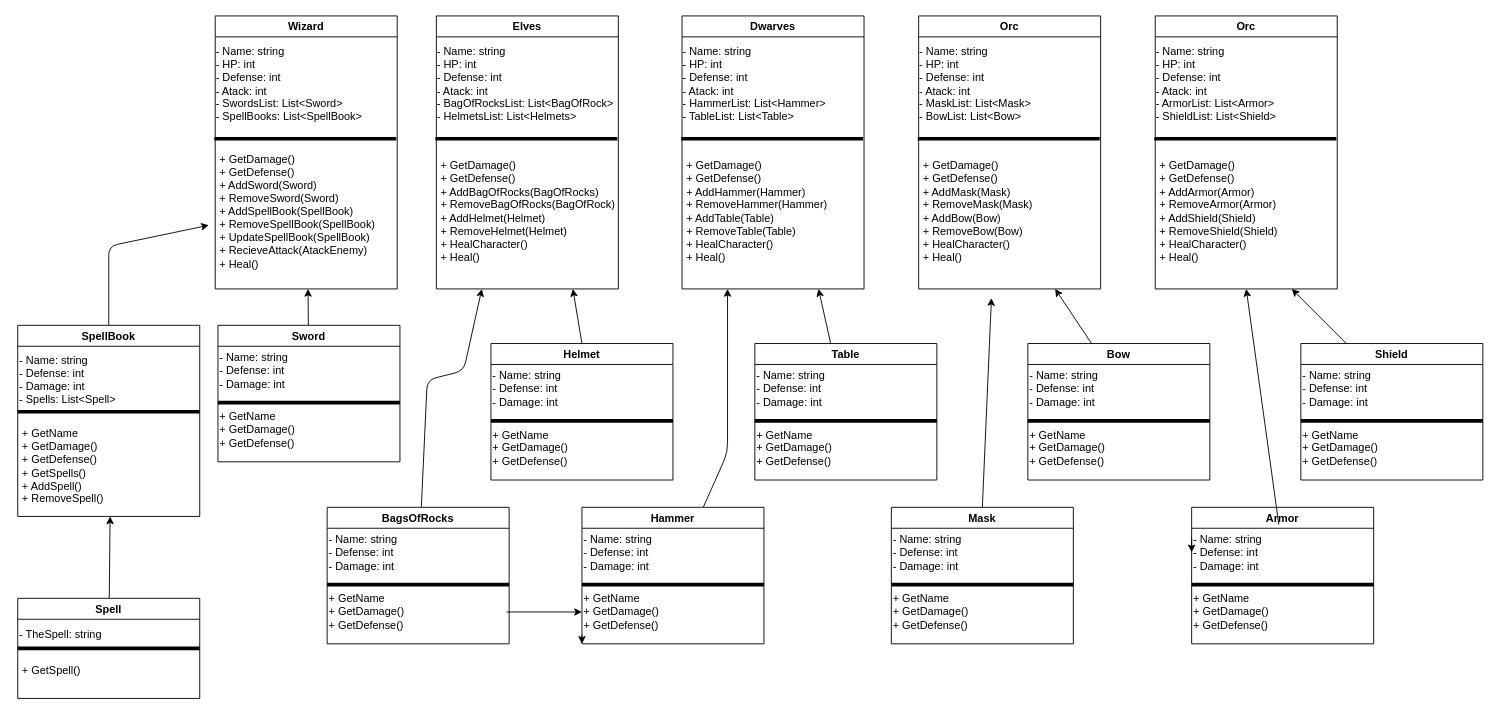
PII-Grupo-4/PII_RoleplayGame_1_Start keeps this draw.io diagram as Assets/Diagrama.drawio. Above is the earlier version. Source tidied: cells renumbered, new cells numbered last; positions are measured from the earlier drawing's top-left corner, leaving out a move shared by most shapes. Both pictures are drawn from the tidied source at 91%, with x=0, y=0 at pixel (17, 15).
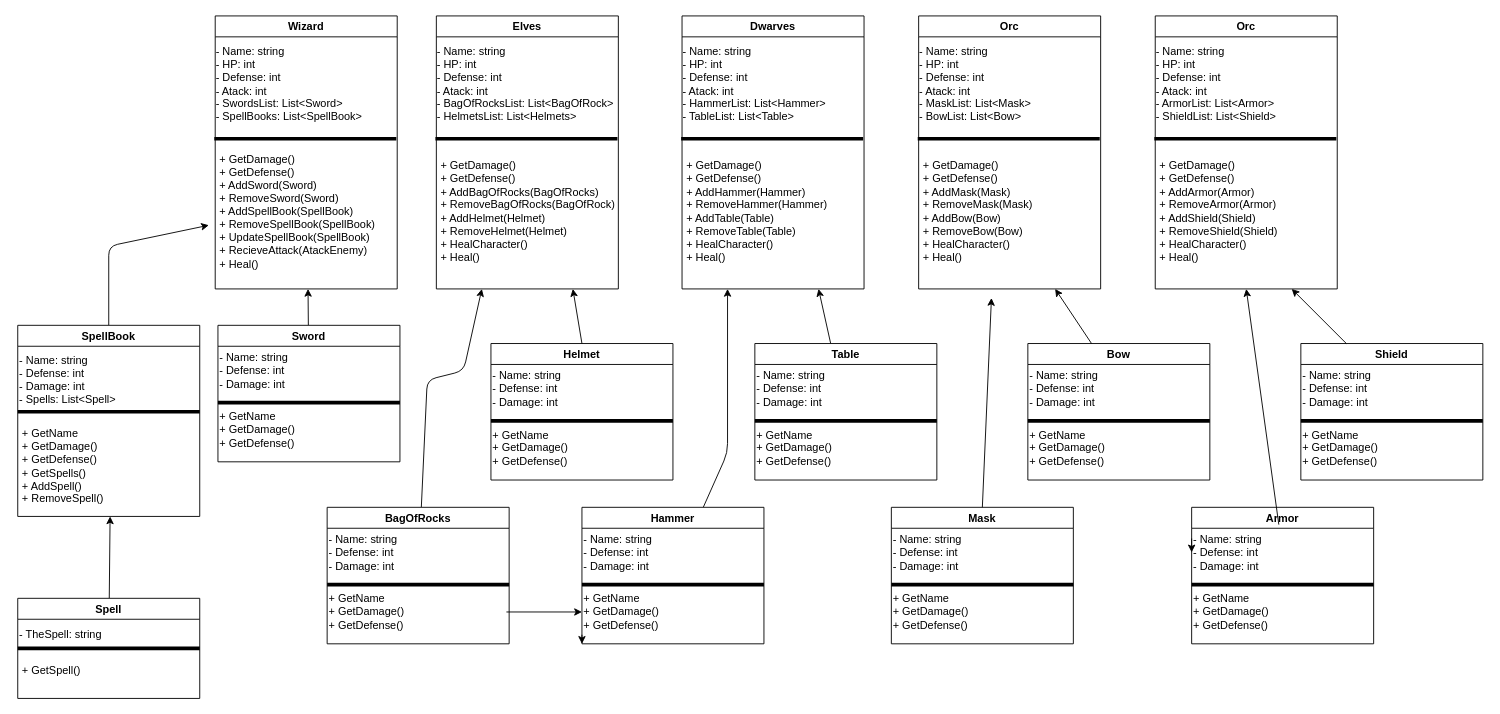
The same page after the edit.

What changed in the source:
```diff
@@
-    <mxCell id="40" value="BagsOfRocks" style="swimlane;startSize=23;" parent="1" vertex="1">
+    <mxCell id="40" value="BagOfRocks" style="swimlane;startSize=23;" parent="1" vertex="1">
       <mxGeometry x="340" y="540" width="200" height="150" as="geometry" />
     </mxCell>
```
